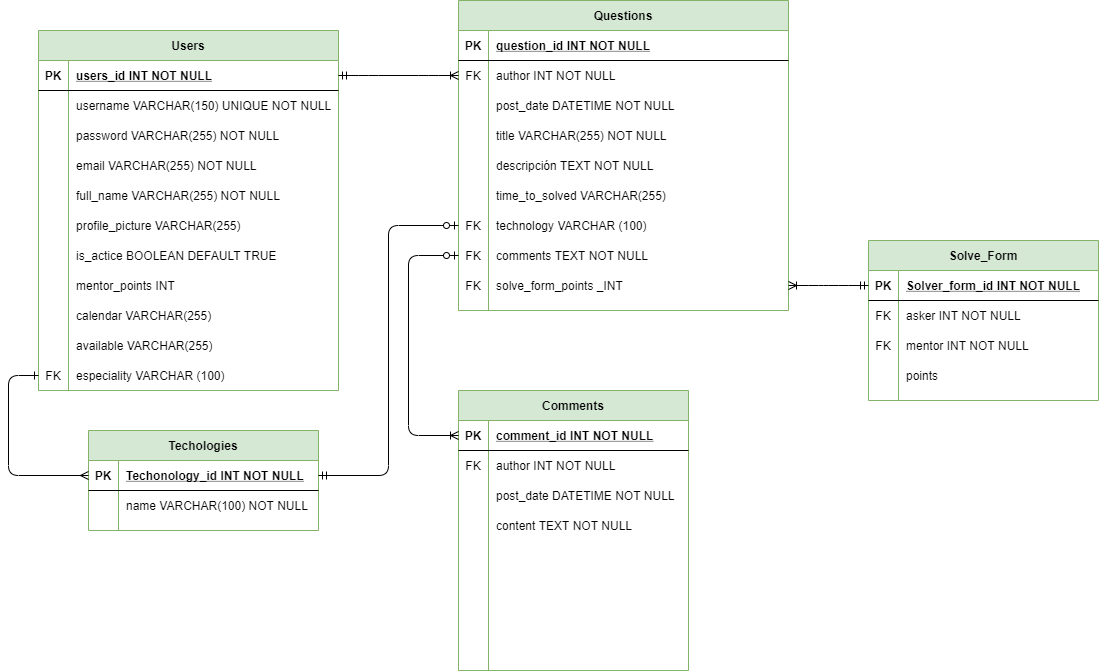
Before: ERM/psociety erm.png, a diagram exported from draw.io (P-Society-Hackaton-Platzi/hackaton-platzi-master-ERM). Source tidied: cells renumbered, new cells last; positions are measured from the earlier drawing's top-left corner, leaving out a move shared by most shapes.
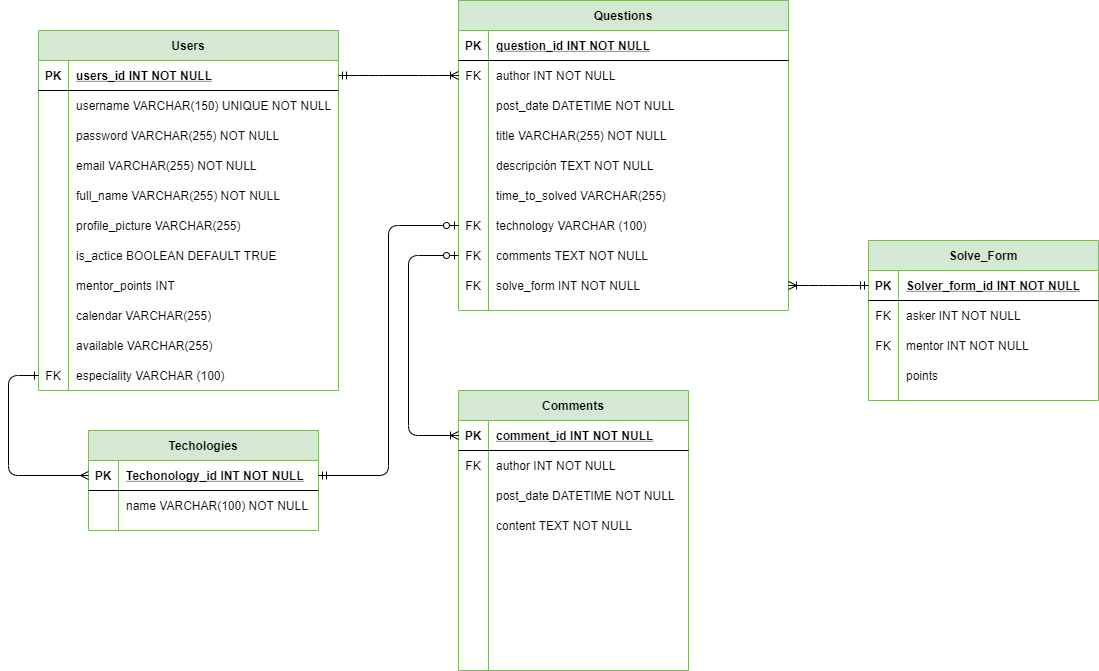
The same file after the commit.

Change to the diagram source:
```diff
@@ -206,7 +206,7 @@
     <mxCell id="69" value="FK" style="shape=partialRectangle;fillColor=none;top=0;left=0;bottom=0;right=0;overflow=hidden;gradientColor=#ffffff;" parent="68" vertex="1">
       <mxGeometry width="30" height="30" as="geometry" />
     </mxCell>
-    <mxCell id="70" value="solve_form_points _INT" style="shape=partialRectangle;fillColor=none;top=0;left=0;bottom=0;right=0;align=left;spacingLeft=6;overflow=hidden;gradientColor=#ffffff;" parent="68" vertex="1">
+    <mxCell id="70" value="solve_form INT NOT NULL" style="shape=partialRectangle;fillColor=none;top=0;left=0;bottom=0;right=0;align=left;spacingLeft=6;overflow=hidden;gradientColor=#ffffff;" parent="68" vertex="1">
       <mxGeometry x="30" width="300" height="30" as="geometry" />
     </mxCell>
     <mxCell id="71" value="Comments" style="shape=table;startSize=30;rowLines=0;fontStyle=1;align=center;fillColor=#d5e8d4;strokeColor=#82b366;" parent="1" vertex="1">
```
